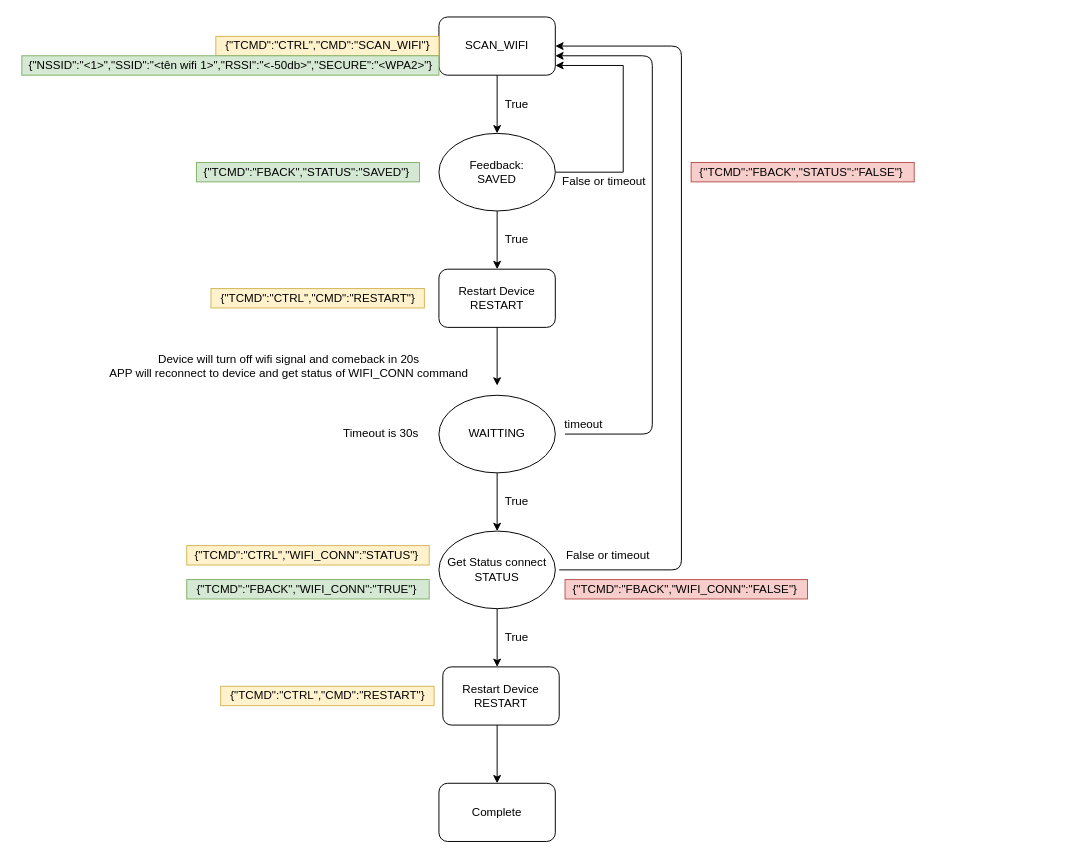
This is Untitled Diagram.drawio from minhchien008/OTA, a draw.io file, before an edit. Source tidied: cells renumbered, new cells numbered last; positions are measured from the earlier drawing's top-left corner, leaving out a move shared by most shapes. Both pictures are drawn from the tidied source at 97%, with x=0, y=0 at pixel (21, 16).
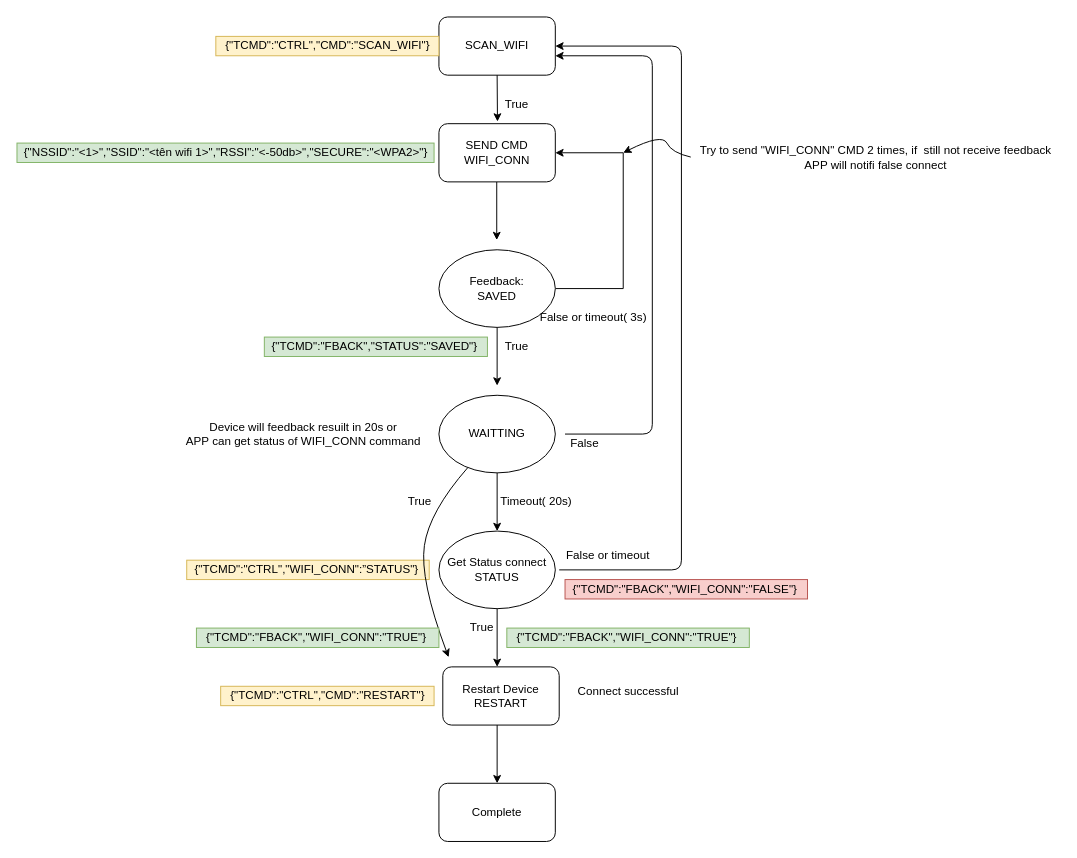
The same diagram, later.

Unchanged cells that the change refers to:
```xml
<mxCell id="12" value="WAITTING" style="ellipse;whiteSpace=wrap;html=1;" parent="1" vertex="1">
  <mxGeometry x="430" y="390" width="120" height="80" as="geometry" />
</mxCell>
```

The edit, as a diff of the source:
```diff
@@
     <mxCell id="3" style="edgeStyle=orthogonalEdgeStyle;rounded=0;jettySize=auto;html=1;exitX=1;exitY=0.5;exitDx=0;exitDy=0;" parent="1" edge="1" source="4">
       <mxGeometry relative="1" as="geometry">
-        <mxPoint x="550" y="50" as="targetPoint" />
+        <mxPoint x="550" y="140" as="targetPoint" />
         <Array as="points">
-          <mxPoint x="620" y="160" />
-          <mxPoint x="620" y="50" />
-          <mxPoint x="550" y="50" />
+          <mxPoint x="620" y="280" />
+          <mxPoint x="620" y="140" />
         </Array>
       </mxGeometry>
     </mxCell>
     <mxCell id="4" value="Feedback:&lt;br&gt;SAVED" style="ellipse;whiteSpace=wrap;html=1;" parent="1" vertex="1">
-      <mxGeometry x="430" y="120" width="120" height="80" as="geometry" />
+      <mxGeometry x="430" y="240" width="120" height="80" as="geometry" />
     </mxCell>
-    <mxCell id="5" value="Restart Device&lt;br&gt;RESTART" style="rounded=1;whiteSpace=wrap;html=1;" parent="1" vertex="1">
-      <mxGeometry x="430" y="260" width="120" height="60" as="geometry" />
-    </mxCell>
-    <mxCell id="6" value="False or timeout" style="text;html=1;align=center;verticalAlign=middle;strokeColor=none;" parent="1" vertex="1">
-      <mxGeometry x="550" y="160" width="100" height="20" as="geometry" />
+    <mxCell id="6" value="False or timeout( 3s)" style="text;html=1;align=center;verticalAlign=middle;strokeColor=none;" parent="1" vertex="1">
+      <mxGeometry x="524" y="300" width="130" height="20" as="geometry" />
     </mxCell>
-    <mxCell id="7" style="endArrow=classic;html=1;entryX=0.5;entryY=0;entryDx=0;entryDy=0;" parent="1" edge="1" target="5">
+    <mxCell id="7" style="endArrow=classic;html=1;entryX=0.5;entryY=0;entryDx=0;entryDy=0;" parent="1" edge="1">
       <mxGeometry relative="1" as="geometry">
-        <mxPoint x="490" y="200" as="sourcePoint" />
+        <mxPoint x="489.6" y="170" as="sourcePoint" />
+        <mxPoint x="489.6" y="230" as="targetPoint" />
       </mxGeometry>
     </mxCell>
     <mxCell id="8" value="True" style="text;html=1;align=center;verticalAlign=middle;strokeColor=none;" parent="1" vertex="1">
-      <mxGeometry x="490" y="220" width="40" height="20" as="geometry" />
+      <mxGeometry x="490" y="330" width="40" height="20" as="geometry" />
     </mxCell>
-    <mxCell id="9" style="endArrow=classic;html=1;entryX=0.5;entryY=0;entryDx=0;entryDy=0;" parent="1" edge="1">
+    <mxCell id="9" style="endArrow=classic;html=1;entryX=0.503;entryY=-0.037;entryDx=0;entryDy=0;entryPerimeter=0;" parent="1" edge="1" target="36">
       <mxGeometry relative="1" as="geometry">
         <mxPoint x="490" y="60" as="sourcePoint" />
-        <mxPoint x="490" y="120" as="targetPoint" />
       </mxGeometry>
     </mxCell>
@@
-    <mxCell id="15" value="True" style="text;html=1;align=center;verticalAlign=middle;strokeColor=none;" parent="1" vertex="1">
-      <mxGeometry x="490" y="490" width="40" height="20" as="geometry" />
+    <mxCell id="15" value="Timeout( 20s)" style="text;html=1;align=center;verticalAlign=middle;strokeColor=none;" parent="1" vertex="1">
+      <mxGeometry x="485" y="490" width="90" height="20" as="geometry" />
     </mxCell>
@@
     <mxCell id="18" value="True" style="text;html=1;align=center;verticalAlign=middle;strokeColor=none;" parent="1" vertex="1">
-      <mxGeometry x="490" y="630" width="40" height="20" as="geometry" />
+      <mxGeometry x="454" y="620" width="40" height="20" as="geometry" />
     </mxCell>
@@
-    <mxCell id="24" value="timeout" style="text;html=1;align=center;verticalAlign=middle;strokeColor=none;" parent="1" vertex="1">
-      <mxGeometry x="554" y="410" width="50" height="20" as="geometry" />
-    </mxCell>
@@
     <mxCell id="26" value="{&quot;NSSID&quot;:&quot;&amp;lt;1&amp;gt;&quot;,&quot;SSID&quot;:&quot;&amp;lt;tên wifi 1&amp;gt;&quot;,&quot;RSSI&quot;:&quot;&amp;lt;-50db&amp;gt;&quot;,&quot;SECURE&quot;:&quot;&amp;lt;WPA2&amp;gt;&quot;}" style="text;html=1;align=center;verticalAlign=middle;strokeColor=#82b366;fillColor=#d5e8d4;" parent="1" vertex="1">
-      <mxGeometry y="40" width="430" height="20" as="geometry" />
+      <mxGeometry x="-5" y="130" width="430" height="20" as="geometry" />
     </mxCell>
     <mxCell id="27" value="{&quot;TCMD&quot;:&quot;FBACK&quot;,&quot;STATUS&quot;:&quot;SAVED&quot;}&amp;nbsp;" style="text;html=1;align=center;verticalAlign=middle;strokeColor=#82b366;fillColor=#d5e8d4;" parent="1" vertex="1">
-      <mxGeometry x="180" y="150" width="230" height="20" as="geometry" />
+      <mxGeometry x="250" y="330" width="230" height="20" as="geometry" />
     </mxCell>
-    <mxCell id="28" value="{&quot;TCMD&quot;:&quot;FBACK&quot;,&quot;STATUS&quot;:&quot;FALSE&quot;}&amp;nbsp;" style="text;html=1;align=center;verticalAlign=middle;strokeColor=#b85450;fillColor=#f8cecc;" parent="1" vertex="1">
-      <mxGeometry x="690" y="150" width="230" height="20" as="geometry" />
-    </mxCell>
-    <mxCell id="29" value="{&quot;TCMD&quot;:&quot;CTRL&quot;,&quot;CMD&quot;:&quot;RESTART&quot;}" style="text;html=1;align=center;verticalAlign=middle;strokeColor=#d6b656;fillColor=#fff2cc;" parent="1" vertex="1">
-      <mxGeometry x="195" y="280" width="220" height="20" as="geometry" />
-    </mxCell>
-    <mxCell id="30" value="Timeout is 30s" style="text;html=1;align=center;verticalAlign=middle;strokeColor=none;" parent="1" vertex="1">
-      <mxGeometry x="325" y="420" width="90" height="20" as="geometry" />
-    </mxCell>
     <mxCell id="31" value="{&quot;TCMD&quot;:&quot;CTRL&quot;,&quot;WIFI_CONN&quot;:”STATUS&quot;}&amp;nbsp;" style="text;html=1;align=center;verticalAlign=middle;strokeColor=#d6b656;fillColor=#fff2cc;" parent="1" vertex="1">
-      <mxGeometry x="170" y="545" width="250" height="20" as="geometry" />
+      <mxGeometry x="170" y="560" width="250" height="20" as="geometry" />
     </mxCell>
     <mxCell id="32" value="{&quot;TCMD&quot;:&quot;FBACK&quot;,&quot;WIFI_CONN&quot;:&quot;TRUE&quot;}&amp;nbsp;" style="text;html=1;align=center;verticalAlign=middle;strokeColor=#82b366;fillColor=#d5e8d4;" parent="1" vertex="1">
-      <mxGeometry x="170" y="580" width="250" height="20" as="geometry" />
+      <mxGeometry x="500" y="630" width="250" height="20" as="geometry" />
     </mxCell>
@@
-    <mxCell id="35" value="Device will turn off wifi signal and comeback in 20s&lt;br&gt;APP will reconnect to device and get status of WIFI_CONN command" style="text;html=1;align=center;verticalAlign=middle;strokeColor=none;" parent="1" vertex="1">
-      <mxGeometry x="80" y="345" width="390" height="30" as="geometry" />
+    <mxCell id="35" value="Device will feedback resuilt in 20s or&lt;br&gt;APP can get status of WIFI_CONN command" style="text;html=1;align=center;verticalAlign=middle;strokeColor=none;" parent="1" vertex="1">
+      <mxGeometry x="160" y="415" width="260" height="30" as="geometry" />
     </mxCell>
+    <mxCell id="36" value="SEND CMD&lt;br&gt;WIFI_CONN" style="rounded=1;whiteSpace=wrap;html=1;" parent="1" vertex="1">
+      <mxGeometry x="430" y="110" width="120" height="60" as="geometry" />
+    </mxCell>
+    <mxCell id="37" value="False" style="text;html=1;align=center;verticalAlign=middle;strokeColor=none;" parent="1" vertex="1">
+      <mxGeometry x="560" y="430" width="40" height="20" as="geometry" />
+    </mxCell>
+    <mxCell id="38" value="Try to send &quot;WIFI_CONN&quot; CMD 2 times, if&amp;nbsp; still not receive feedback&lt;br&gt;APP will&amp;nbsp;notifi false connect" style="text;html=1;align=center;verticalAlign=middle;points=[];strokeColor=none;" parent="1" vertex="1">
+      <mxGeometry x="690" y="130" width="380" height="30" as="geometry" />
+    </mxCell>
+    <mxCell id="39" style="curved=1;endArrow=classic;html=1;exitX=-0.001;exitY=0.481;exitDx=0;exitDy=0;exitPerimeter=0;" parent="1" edge="1" source="38">
+      <mxGeometry relative="1" as="geometry">
+        <mxPoint x="620" y="140" as="targetPoint" />
+        <Array as="points">
+          <mxPoint x="670" y="140" />
+          <mxPoint x="660" y="120" />
+        </Array>
+      </mxGeometry>
+    </mxCell>
+    <mxCell id="40" style="curved=1;endArrow=classic;html=1;" parent="1" edge="1" source="12">
+      <mxGeometry relative="1" as="geometry">
+        <mxPoint x="440" y="660" as="targetPoint" />
+        <Array as="points">
+          <mxPoint x="420" y="510" />
+          <mxPoint x="410" y="580" />
+        </Array>
+      </mxGeometry>
+    </mxCell>
+    <mxCell id="41" value="True" style="text;html=1;align=center;verticalAlign=middle;strokeColor=none;" parent="1" vertex="1">
+      <mxGeometry x="390" y="490" width="40" height="20" as="geometry" />
+    </mxCell>
+    <mxCell id="42" value="{&quot;TCMD&quot;:&quot;FBACK&quot;,&quot;WIFI_CONN&quot;:&quot;TRUE&quot;}&amp;nbsp;" style="text;html=1;align=center;verticalAlign=middle;strokeColor=#82b366;fillColor=#d5e8d4;" parent="1" vertex="1">
+      <mxGeometry x="180" y="630" width="250" height="20" as="geometry" />
+    </mxCell>
+    <mxCell id="43" value="Connect successful" style="text;html=1;align=center;verticalAlign=middle;strokeColor=none;" parent="1" vertex="1">
+      <mxGeometry x="565" y="685" width="120" height="20" as="geometry" />
+    </mxCell>
```
